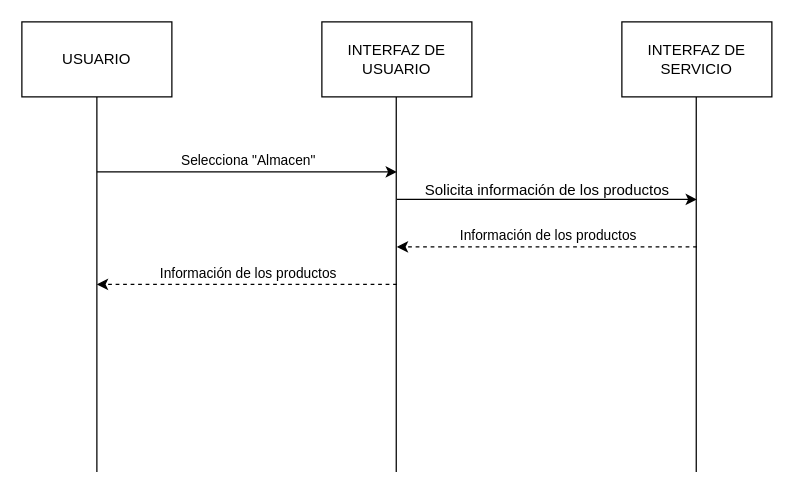
The draw.io diagram diagrams/secuencia/DS-015.drawio in ClaudiaOviedoGovantes/ComercialPostigo, before the edit. Source tidied: cells renumbered, new cells numbered last; positions are measured from the earlier drawing's top-left corner, leaving out a move shared by most shapes. Both pictures are drawn from the tidied source at 125%, with x=0, y=0 at pixel (21, 21).
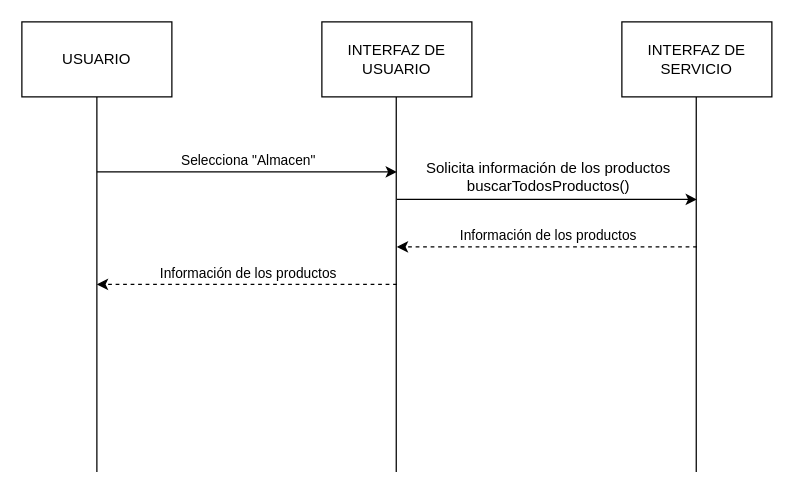
The same diagram, later.

Diff of the diagram source:
```diff
@@
-    <mxCell id="13" value="Solicita información de los productos" style="text;html=1;align=center;verticalAlign=middle;strokeColor=none;fillColor=none;" parent="1" vertex="1">
-      <mxGeometry x="310" y="120" width="220" height="30" as="geometry" />
+    <mxCell id="13" value="Solicita información de los productos&lt;div&gt;buscarTodosProductos()&lt;/div&gt;" style="text;html=1;align=center;verticalAlign=middle;strokeColor=none;fillColor=none;" parent="1" vertex="1">
+      <mxGeometry x="314" y="103" width="213" height="41" as="geometry" />
     </mxCell>
```
